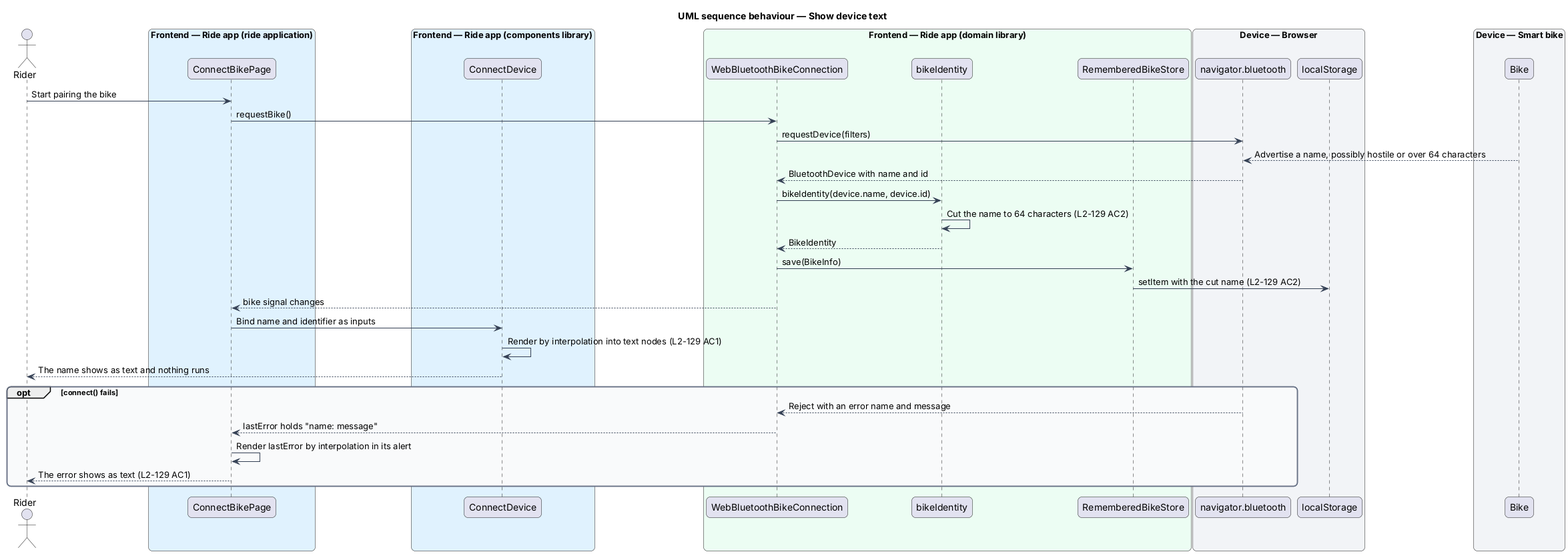
Above: docs/detailed-designs/security/treat-device-data-as-untrusted/diagrams/sequence-show-device-text.png in QuinntyneBrown/ride-one (PlantUML), before the change.
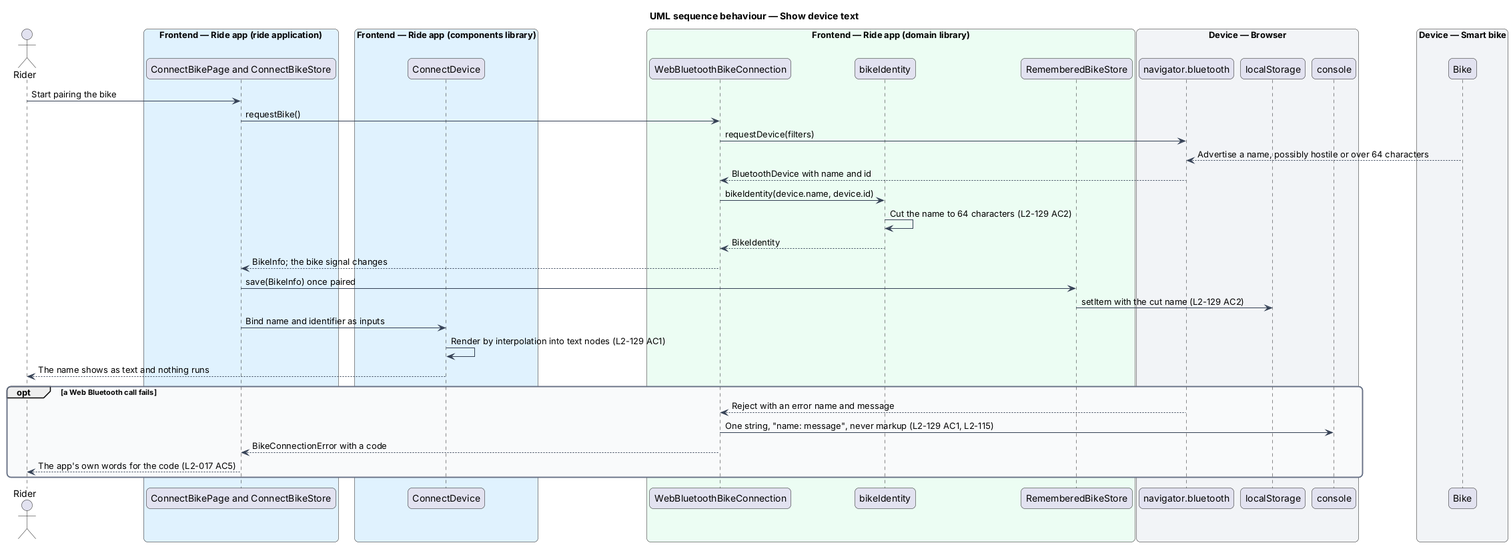
After the change.

What changed in the source:
```diff
@@ -16,7 +16,7 @@
 }
 actor "Rider" as rider
 box "Frontend — Ride app (ride application)" #E0F2FE
-  participant "ConnectBikePage" as page
+  participant "ConnectBikePage and ConnectBikeStore" as page
 end box
 box "Frontend — Ride app (components library)" #E0F2FE
   participant "ConnectDevice" as card
@@ -29,6 +29,7 @@
 box "Device — Browser" #F2F4F7
   participant "navigator.bluetooth" as ble
   participant "localStorage" as ls
+  participant "console" as console
 end box
 box "Device — Smart bike" #F2F4F7
   participant "Bike" as bike
@@ -41,16 +42,16 @@
 conn -> identity : bikeIdentity(device.name, device.id)
 identity -> identity : Cut the name to 64 characters (L2-129 AC2)
 identity --> conn : BikeIdentity
-conn -> store : save(BikeInfo)
+conn --> page : BikeInfo; the bike signal changes
+page -> store : save(BikeInfo) once paired
 store -> ls : setItem with the cut name (L2-129 AC2)
-conn --> page : bike signal changes
 page -> card : Bind name and identifier as inputs
 card -> card : Render by interpolation into text nodes (L2-129 AC1)
 card --> rider : The name shows as text and nothing runs
-opt connect() fails
+opt a Web Bluetooth call fails
   ble --> conn : Reject with an error name and message
-  conn --> page : lastError holds "name: message"
-  page -> page : Render lastError by interpolation in its alert
-  page --> rider : The error shows as text (L2-129 AC1)
+  conn -> console : One string, "name: message", never markup (L2-129 AC1, L2-115)
+  conn --> page : BikeConnectionError with a code
+  page --> rider : The app's own words for the code (L2-017 AC5)
 end
 @enduml
```
